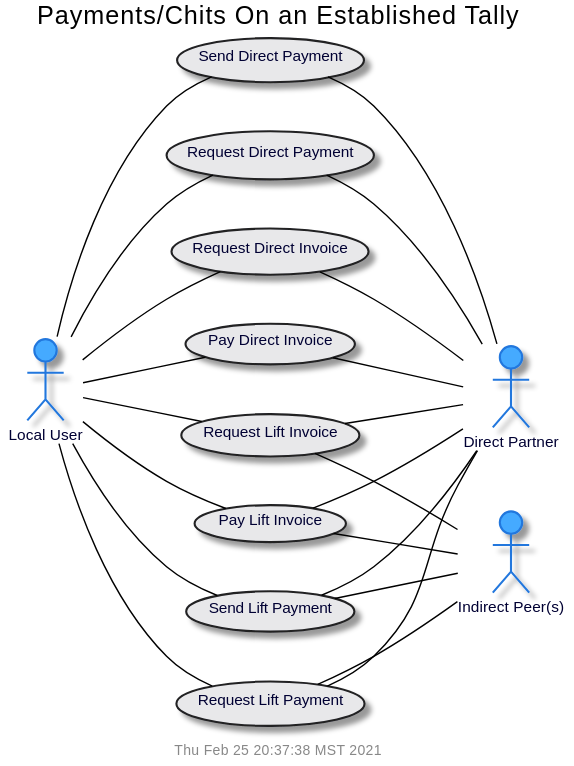
Above: doc/uml/use-chit.svg in gotchoices/MyCHIPs (PlantUML), before the change.
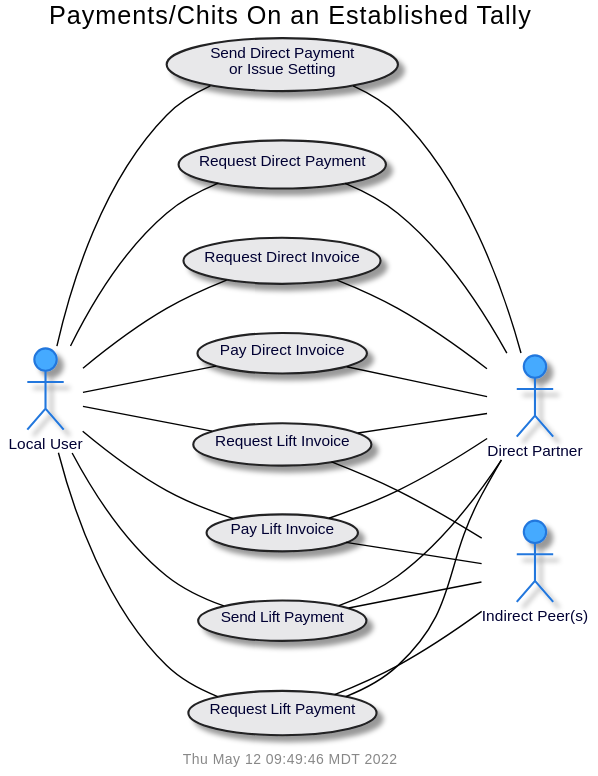
Later version of the same file.

Diff of the diagram source:
```diff
@@ -7,7 +7,7 @@
 actor "Direct Partner" as partner
 actor "Indirect Peer(s)" as peer
 
-usecase "Send Direct Payment" as sendDirPmt
+usecase "Send Direct Payment\nor Issue Setting" as sendDirPmt
 usecase "Request Direct Payment" as reqDirPay
 usecase "Request Direct Invoice" as reqDirInv
 usecase "Pay Direct Invoice" as payDir
```
